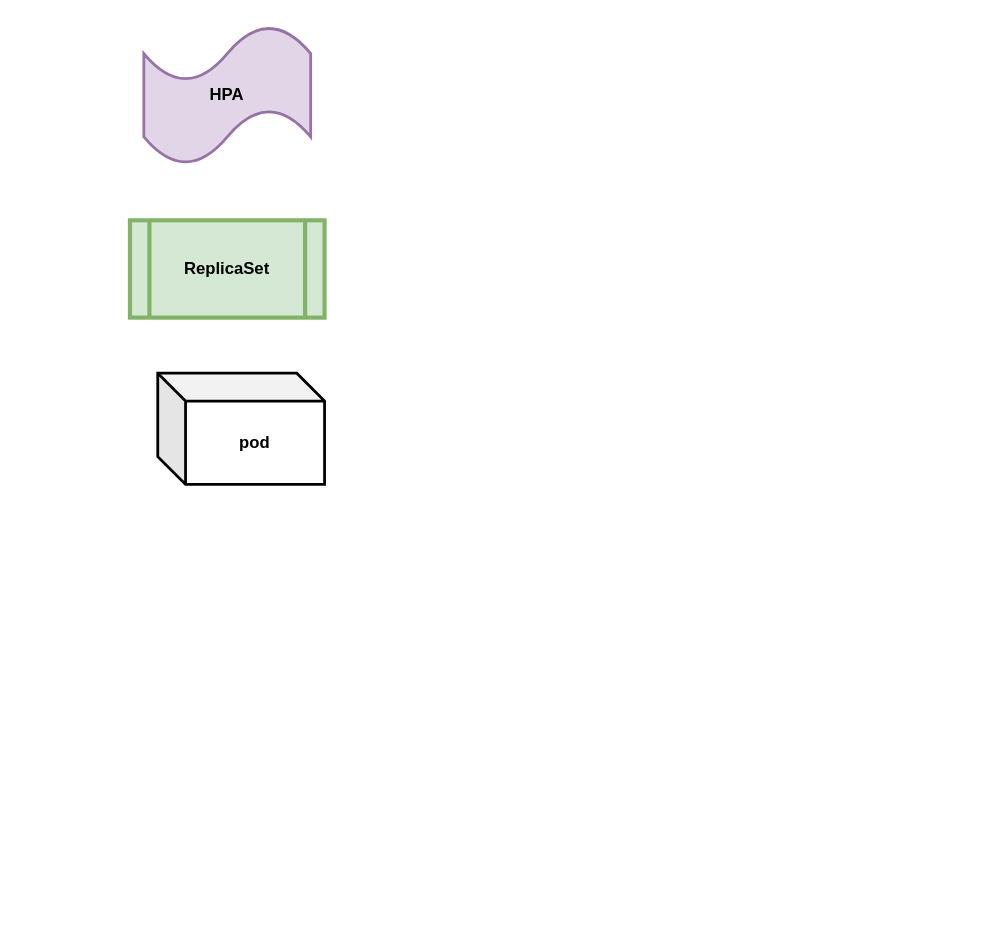
This is so-do-manifect.drawio from quanhk711/dev-test-, a draw.io file, before an edit. Source tidied: cells renumbered, new cells numbered last; positions are measured from the earlier drawing's top-left corner, leaving out a move shared by most shapes. Both pictures are drawn from the tidied source at 139%, with x=0, y=0 at pixel (129, 25).
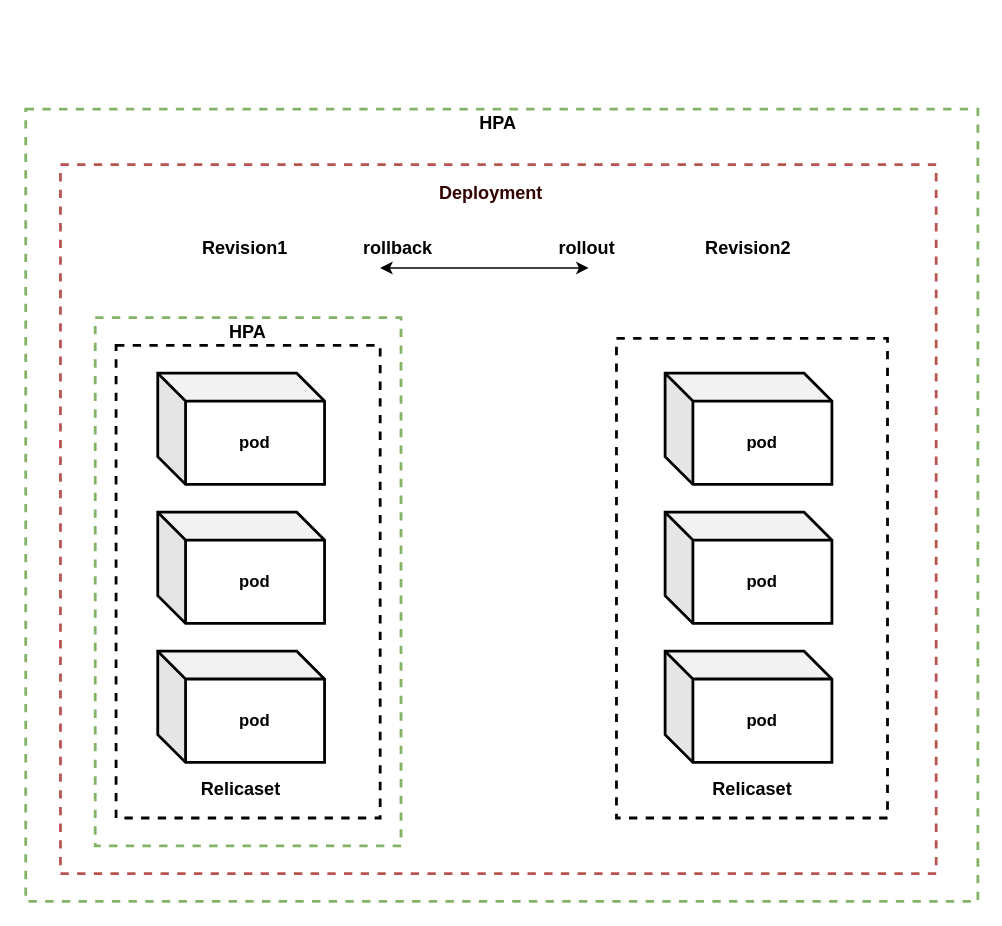
Above is the later version.

What changed in the source:
```diff
@@
-    <mxCell id="2" value="&lt;b&gt;ReplicaSet&lt;/b&gt;" style="shape=process;whiteSpace=wrap;html=1;backgroundOutline=1;strokeWidth=3;fillColor=#d5e8d4;strokeColor=#82b366;" parent="1" vertex="1">
-      <mxGeometry y="140" width="140" height="70" as="geometry" />
-    </mxCell>
@@
-    <mxCell id="4" value="&lt;b&gt;HPA&lt;/b&gt;" style="shape=tape;whiteSpace=wrap;html=1;strokeWidth=2;fillColor=#e1d5e7;strokeColor=#9673a6;" parent="1" vertex="1">
-      <mxGeometry x="10" width="120" height="100" as="geometry" />
-    </mxCell>
+    <mxCell id="5" value="&lt;b&gt;pod&lt;/b&gt;" style="shape=cube;whiteSpace=wrap;html=1;boundedLbl=1;backgroundOutline=1;darkOpacity=0.05;darkOpacity2=0.1;strokeWidth=2;" parent="1" vertex="1">
+      <mxGeometry x="20" y="450" width="120" height="80" as="geometry" />
+    </mxCell>
+    <mxCell id="6" value="&lt;b&gt;pod&lt;/b&gt;" style="shape=cube;whiteSpace=wrap;html=1;boundedLbl=1;backgroundOutline=1;darkOpacity=0.05;darkOpacity2=0.1;strokeWidth=2;" parent="1" vertex="1">
+      <mxGeometry x="20" y="350" width="120" height="80" as="geometry" />
+    </mxCell>
+    <mxCell id="7" value="&lt;b&gt;pod&lt;/b&gt;" style="shape=cube;whiteSpace=wrap;html=1;boundedLbl=1;backgroundOutline=1;darkOpacity=0.05;darkOpacity2=0.1;strokeWidth=2;" parent="1" vertex="1">
+      <mxGeometry x="385" y="250" width="120" height="80" as="geometry" />
+    </mxCell>
+    <mxCell id="8" value="&lt;b&gt;pod&lt;/b&gt;" style="shape=cube;whiteSpace=wrap;html=1;boundedLbl=1;backgroundOutline=1;darkOpacity=0.05;darkOpacity2=0.1;strokeWidth=2;" parent="1" vertex="1">
+      <mxGeometry x="385" y="450" width="120" height="80" as="geometry" />
+    </mxCell>
+    <mxCell id="9" value="&lt;b&gt;pod&lt;/b&gt;" style="shape=cube;whiteSpace=wrap;html=1;boundedLbl=1;backgroundOutline=1;darkOpacity=0.05;darkOpacity2=0.1;strokeWidth=2;" parent="1" vertex="1">
+      <mxGeometry x="385" y="350" width="120" height="80" as="geometry" />
+    </mxCell>
+    <mxCell id="10" style="rounded=0;whiteSpace=wrap;html=1;strokeWidth=2;dashed=1;fillColor=none;" parent="1" vertex="1">
+      <mxGeometry x="-10" y="230" width="190" height="340" as="geometry" />
+    </mxCell>
+    <mxCell id="11" style="rounded=0;whiteSpace=wrap;html=1;strokeWidth=2;dashed=1;fillColor=none;" parent="1" vertex="1">
+      <mxGeometry x="350" y="225" width="195" height="345" as="geometry" />
+    </mxCell>
+    <mxCell id="12" value="&lt;b style=&quot;font-size: 13px ; line-height: 0%&quot;&gt;Relicaset&lt;/b&gt;" style="rounded=0;whiteSpace=wrap;html=1;dashed=1;strokeWidth=2;fillColor=none;opacity=0;" parent="1" vertex="1">
+      <mxGeometry x="20" y="520" width="120" height="60" as="geometry" />
+    </mxCell>
+    <mxCell id="13" value="&lt;b style=&quot;font-size: 13px ; line-height: 0%&quot;&gt;Relicaset&lt;/b&gt;" style="rounded=0;whiteSpace=wrap;html=1;dashed=1;strokeWidth=2;fillColor=none;opacity=0;" parent="1" vertex="1">
+      <mxGeometry x="387.5" y="520" width="120" height="60" as="geometry" />
+    </mxCell>
+    <mxCell id="14" style="rounded=0;whiteSpace=wrap;html=1;strokeWidth=2;strokeColor=#b85450;fillColor=none;dashed=1;" parent="1" vertex="1">
+      <mxGeometry x="-50" y="100" width="630" height="510" as="geometry" />
+    </mxCell>
+    <mxCell id="15" value="&lt;font style=&quot;font-size: 13px&quot; color=&quot;#330000&quot;&gt;&lt;b&gt;Deployment&lt;/b&gt;&lt;/font&gt;" style="rounded=0;whiteSpace=wrap;html=1;dashed=1;strokeWidth=2;fillColor=none;opacity=0;" parent="1" vertex="1">
+      <mxGeometry x="200" y="90" width="120" height="60" as="geometry" />
+    </mxCell>
+    <mxCell id="16" value="&lt;font style=&quot;font-size: 13px&quot;&gt;&lt;b&gt;Revision1&lt;/b&gt;&lt;/font&gt;" style="rounded=0;whiteSpace=wrap;html=1;dashed=1;strokeWidth=2;fillColor=none;opacity=0;" parent="1" vertex="1">
+      <mxGeometry x="22.5" y="130" width="120" height="60" as="geometry" />
+    </mxCell>
+    <mxCell id="17" value="&lt;font style=&quot;font-size: 13px&quot;&gt;&lt;b&gt;Revision2&lt;/b&gt;&lt;/font&gt;" style="rounded=0;whiteSpace=wrap;html=1;dashed=1;strokeWidth=2;fillColor=none;opacity=0;" parent="1" vertex="1">
+      <mxGeometry x="385" y="130" width="120" height="60" as="geometry" />
+    </mxCell>
+    <mxCell id="18" style="endArrow=classic;startArrow=classic;html=1;" parent="1" edge="1">
+      <mxGeometry relative="1" as="geometry">
+        <mxPoint x="180" y="174.3" as="sourcePoint" />
+        <mxPoint x="330" y="174.3" as="targetPoint" />
+      </mxGeometry>
+    </mxCell>
+    <mxCell id="19" value="&lt;font style=&quot;font-size: 13px&quot;&gt;&lt;b&gt;rollback&lt;/b&gt;&lt;/font&gt;" style="rounded=0;whiteSpace=wrap;html=1;dashed=1;strokeWidth=2;fillColor=none;opacity=0;" parent="1" vertex="1">
+      <mxGeometry x="132.5" y="130" width="120" height="60" as="geometry" />
+    </mxCell>
+    <mxCell id="20" value="&lt;font style=&quot;font-size: 13px&quot;&gt;&lt;b&gt;rollout&lt;/b&gt;&lt;/font&gt;" style="rounded=0;whiteSpace=wrap;html=1;dashed=1;strokeWidth=2;fillColor=none;opacity=0;" parent="1" vertex="1">
+      <mxGeometry x="268.5" y="130" width="120" height="60" as="geometry" />
+    </mxCell>
+    <mxCell id="21" style="rounded=0;whiteSpace=wrap;html=1;dashed=1;strokeWidth=2;strokeColor=#82b366;fillColor=none;" parent="1" vertex="1">
+      <mxGeometry x="-75" y="60" width="685" height="570" as="geometry" />
+    </mxCell>
+    <mxCell id="22" value="&lt;b&gt;&lt;font style=&quot;font-size: 13px&quot;&gt;HPA&lt;/font&gt;&lt;/b&gt;" style="rounded=0;whiteSpace=wrap;html=1;dashed=1;strokeWidth=2;fillColor=none;opacity=0;" parent="1" vertex="1">
+      <mxGeometry x="205" y="40" width="120" height="60" as="geometry" />
+    </mxCell>
+    <mxCell id="23" value="&lt;b&gt;&lt;font style=&quot;font-size: 13px&quot;&gt;HPA&lt;/font&gt;&lt;/b&gt;" style="rounded=0;whiteSpace=wrap;html=1;dashed=1;strokeWidth=2;fillColor=none;opacity=0;" parent="1" vertex="1">
+      <mxGeometry x="25" y="190" width="120" height="60" as="geometry" />
+    </mxCell>
+    <mxCell id="24" style="rounded=0;whiteSpace=wrap;html=1;dashed=1;strokeWidth=2;strokeColor=#82b366;fillColor=none;" parent="1" vertex="1">
+      <mxGeometry x="-25" y="210" width="220" height="380" as="geometry" />
+    </mxCell>
```
